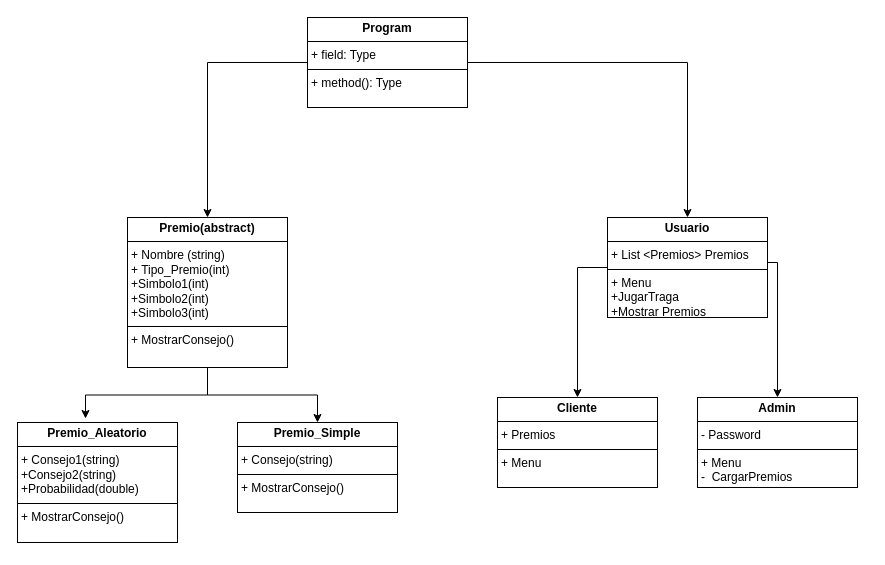
Earlier version of the draw.io diagram Practica_Individual/Diagrama sin título.drawio (070704/Practica_Individual). Source tidied: cells renumbered, new cells numbered last; positions are measured from the earlier drawing's top-left corner, leaving out a move shared by most shapes. Both pictures are drawn from the tidied source at 100%, with x=0, y=0 at pixel (17, 17).
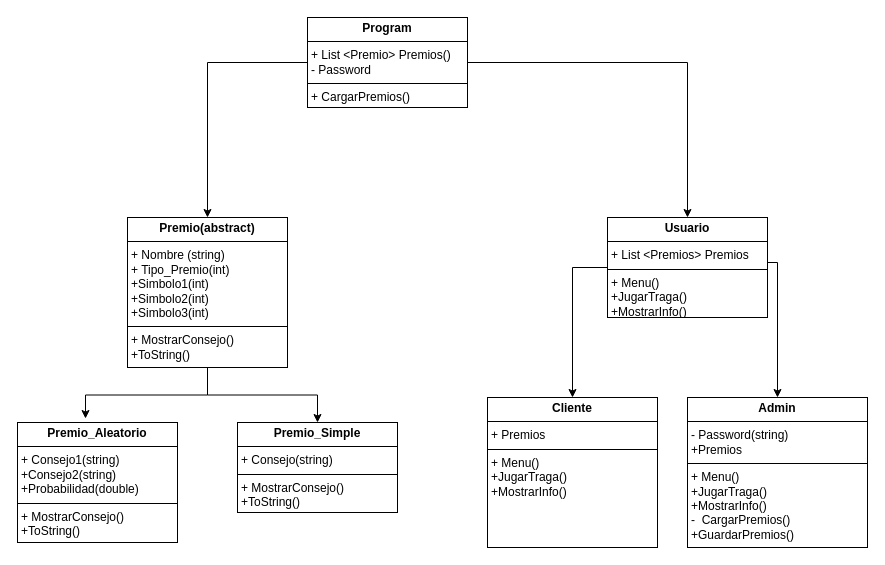
The same page after the edit.

Commit message:
Diagrama de clases

Diff of the diagram source:
```diff
@@
 <mxGraphModel>
   <root>
     <mxCell id="0" />
     <mxCell id="1" parent="0" />
     <mxCell id="2" style="edgeStyle=orthogonalEdgeStyle;rounded=0;jettySize=auto;html=1;exitX=0;exitY=0.5;exitDx=0;exitDy=0;entryX=0.5;entryY=0;entryDx=0;entryDy=0;" parent="1" edge="1" source="4" target="6">
       <mxGeometry relative="1" as="geometry" />
     </mxCell>
     <mxCell id="3" style="edgeStyle=orthogonalEdgeStyle;rounded=0;jettySize=auto;html=1;exitX=1;exitY=0.5;exitDx=0;exitDy=0;" parent="1" edge="1" source="4" target="9">
       <mxGeometry relative="1" as="geometry" />
     </mxCell>
-    <mxCell id="4" value="&lt;p style=&quot;margin:0px;margin-top:4px;text-align:center;&quot;&gt;&lt;b&gt;Program&lt;/b&gt;&lt;/p&gt;&lt;hr size=&quot;1&quot; style=&quot;border-style:solid;&quot;&gt;&lt;p style=&quot;margin:0px;margin-left:4px;&quot;&gt;+ field: Type&lt;/p&gt;&lt;hr size=&quot;1&quot; style=&quot;border-style:solid;&quot;&gt;&lt;p style=&quot;margin:0px;margin-left:4px;&quot;&gt;+ method(): Type&lt;/p&gt;" style="verticalAlign=top;align=left;overflow=fill;html=1;whiteSpace=wrap;" parent="1" vertex="1">
+    <mxCell id="4" value="&lt;p style=&quot;margin:0px;margin-top:4px;text-align:center;&quot;&gt;&lt;b&gt;Program&lt;/b&gt;&lt;/p&gt;&lt;hr size=&quot;1&quot; style=&quot;border-style:solid;&quot;&gt;&lt;p style=&quot;margin:0px;margin-left:4px;&quot;&gt;+ List &amp;lt;Premio&amp;gt; Premios()&lt;/p&gt;&lt;p style=&quot;margin:0px;margin-left:4px;&quot;&gt;- Password&lt;/p&gt;&lt;hr size=&quot;1&quot; style=&quot;border-style:solid;&quot;&gt;&lt;p style=&quot;margin:0px;margin-left:4px;&quot;&gt;+ CargarPremios()&lt;/p&gt;" style="verticalAlign=top;align=left;overflow=fill;html=1;whiteSpace=wrap;" parent="1" vertex="1">
       <mxGeometry x="290" width="160" height="90" as="geometry" />
     </mxCell>
     <mxCell id="5" style="edgeStyle=orthogonalEdgeStyle;rounded=0;jettySize=auto;html=1;entryX=0.5;entryY=0;entryDx=0;entryDy=0;" parent="1" edge="1" source="6" target="11">
       <mxGeometry relative="1" as="geometry" />
     </mxCell>
-    <mxCell id="6" value="&lt;p style=&quot;margin:0px;margin-top:4px;text-align:center;&quot;&gt;&lt;b&gt;Premio(abstract)&lt;/b&gt;&lt;/p&gt;&lt;hr size=&quot;1&quot; style=&quot;border-style:solid;&quot;&gt;&lt;p style=&quot;margin:0px;margin-left:4px;&quot;&gt;+ Nombre (string)&lt;/p&gt;&lt;p style=&quot;margin:0px;margin-left:4px;&quot;&gt;+ Tipo_Premio(int)&lt;/p&gt;&lt;p style=&quot;margin:0px;margin-left:4px;&quot;&gt;+Simbolo1(int)&lt;/p&gt;&lt;p style=&quot;margin:0px;margin-left:4px;&quot;&gt;+Simbolo2(int)&lt;/p&gt;&lt;p style=&quot;margin:0px;margin-left:4px;&quot;&gt;+Simbolo3(int)&lt;/p&gt;&lt;hr size=&quot;1&quot; style=&quot;border-style:solid;&quot;&gt;&lt;p style=&quot;margin:0px;margin-left:4px;&quot;&gt;+ MostrarConsejo()&lt;/p&gt;" style="verticalAlign=top;align=left;overflow=fill;html=1;whiteSpace=wrap;" parent="1" vertex="1">
+    <mxCell id="6" value="&lt;p style=&quot;margin:0px;margin-top:4px;text-align:center;&quot;&gt;&lt;b&gt;Premio(abstract)&lt;/b&gt;&lt;/p&gt;&lt;hr size=&quot;1&quot; style=&quot;border-style:solid;&quot;&gt;&lt;p style=&quot;margin:0px;margin-left:4px;&quot;&gt;+ Nombre (string)&lt;/p&gt;&lt;p style=&quot;margin:0px;margin-left:4px;&quot;&gt;+ Tipo_Premio(int)&lt;/p&gt;&lt;p style=&quot;margin:0px;margin-left:4px;&quot;&gt;+Simbolo1(int)&lt;/p&gt;&lt;p style=&quot;margin:0px;margin-left:4px;&quot;&gt;+Simbolo2(int)&lt;/p&gt;&lt;p style=&quot;margin:0px;margin-left:4px;&quot;&gt;+Simbolo3(int)&lt;/p&gt;&lt;hr size=&quot;1&quot; style=&quot;border-style:solid;&quot;&gt;&lt;p style=&quot;margin:0px;margin-left:4px;&quot;&gt;+ MostrarConsejo()&lt;/p&gt;&lt;p style=&quot;margin:0px;margin-left:4px;&quot;&gt;+ToString()&lt;/p&gt;" style="verticalAlign=top;align=left;overflow=fill;html=1;whiteSpace=wrap;" parent="1" vertex="1">
       <mxGeometry x="110" y="200" width="160" height="150" as="geometry" />
     </mxCell>
     <mxCell id="7" style="edgeStyle=orthogonalEdgeStyle;rounded=0;jettySize=auto;html=1;exitX=0;exitY=0.5;exitDx=0;exitDy=0;entryX=0.5;entryY=0;entryDx=0;entryDy=0;" parent="1" edge="1" source="9" target="12">
       <mxGeometry relative="1" as="geometry" />
     </mxCell>
     <mxCell id="8" style="edgeStyle=orthogonalEdgeStyle;rounded=0;jettySize=auto;html=1;exitX=1;exitY=0.5;exitDx=0;exitDy=0;entryX=0.5;entryY=0;entryDx=0;entryDy=0;" parent="1" edge="1" source="9" target="13">
       <mxGeometry relative="1" as="geometry">
         <Array as="points">
           <mxPoint x="760" y="245" />
         </Array>
       </mxGeometry>
     </mxCell>
-    <mxCell id="9" value="&lt;p style=&quot;margin:0px;margin-top:4px;text-align:center;&quot;&gt;&lt;b&gt;Usuario&lt;/b&gt;&lt;/p&gt;&lt;hr size=&quot;1&quot; style=&quot;border-style:solid;&quot;&gt;&lt;p style=&quot;margin:0px;margin-left:4px;&quot;&gt;+ List &amp;lt;Premios&amp;gt; Premios&lt;/p&gt;&lt;hr size=&quot;1&quot; style=&quot;border-style:solid;&quot;&gt;&lt;p style=&quot;margin:0px;margin-left:4px;&quot;&gt;+ Menu&lt;/p&gt;&lt;p style=&quot;margin:0px;margin-left:4px;&quot;&gt;+JugarTraga&lt;/p&gt;&lt;p style=&quot;margin:0px;margin-left:4px;&quot;&gt;+Mostrar Premios&lt;/p&gt;" style="verticalAlign=top;align=left;overflow=fill;html=1;whiteSpace=wrap;" parent="1" vertex="1">
+    <mxCell id="9" value="&lt;p style=&quot;margin:0px;margin-top:4px;text-align:center;&quot;&gt;&lt;b&gt;Usuario&lt;/b&gt;&lt;/p&gt;&lt;hr size=&quot;1&quot; style=&quot;border-style:solid;&quot;&gt;&lt;p style=&quot;margin:0px;margin-left:4px;&quot;&gt;+ List &amp;lt;Premios&amp;gt; Premios&lt;/p&gt;&lt;hr size=&quot;1&quot; style=&quot;border-style:solid;&quot;&gt;&lt;p style=&quot;margin:0px;margin-left:4px;&quot;&gt;+ Menu()&lt;/p&gt;&lt;p style=&quot;margin:0px;margin-left:4px;&quot;&gt;+JugarTraga()&lt;/p&gt;&lt;p style=&quot;margin:0px;margin-left:4px;&quot;&gt;+MostrarInfo()&lt;/p&gt;" style="verticalAlign=top;align=left;overflow=fill;html=1;whiteSpace=wrap;" parent="1" vertex="1">
       <mxGeometry x="590" y="200" width="160" height="100" as="geometry" />
     </mxCell>
-    <mxCell id="10" value="&lt;p style=&quot;margin:0px;margin-top:4px;text-align:center;&quot;&gt;&lt;b&gt;Premio_Aleatorio&lt;/b&gt;&lt;/p&gt;&lt;hr size=&quot;1&quot; style=&quot;border-style:solid;&quot;&gt;&lt;p style=&quot;margin:0px;margin-left:4px;&quot;&gt;+ Consejo1(string)&lt;/p&gt;&lt;p style=&quot;margin:0px;margin-left:4px;&quot;&gt;+Consejo2(string)&lt;/p&gt;&lt;p style=&quot;margin:0px;margin-left:4px;&quot;&gt;+Probabilidad(double)&lt;/p&gt;&lt;hr size=&quot;1&quot; style=&quot;border-style:solid;&quot;&gt;&lt;p style=&quot;margin:0px;margin-left:4px;&quot;&gt;+ MostrarConsejo()&lt;/p&gt;" style="verticalAlign=top;align=left;overflow=fill;html=1;whiteSpace=wrap;" parent="1" vertex="1">
+    <mxCell id="10" value="&lt;p style=&quot;margin:0px;margin-top:4px;text-align:center;&quot;&gt;&lt;b&gt;Premio_Aleatorio&lt;/b&gt;&lt;/p&gt;&lt;hr size=&quot;1&quot; style=&quot;border-style:solid;&quot;&gt;&lt;p style=&quot;margin:0px;margin-left:4px;&quot;&gt;+ Consejo1(string)&lt;/p&gt;&lt;p style=&quot;margin:0px;margin-left:4px;&quot;&gt;+Consejo2(string)&lt;/p&gt;&lt;p style=&quot;margin:0px;margin-left:4px;&quot;&gt;+Probabilidad(double)&lt;/p&gt;&lt;hr size=&quot;1&quot; style=&quot;border-style:solid;&quot;&gt;&lt;p style=&quot;margin:0px;margin-left:4px;&quot;&gt;+ MostrarConsejo()&lt;/p&gt;&lt;p style=&quot;margin:0px;margin-left:4px;&quot;&gt;+ToString()&lt;/p&gt;" style="verticalAlign=top;align=left;overflow=fill;html=1;whiteSpace=wrap;" parent="1" vertex="1">
       <mxGeometry y="405" width="160" height="120" as="geometry" />
     </mxCell>
-    <mxCell id="11" value="&lt;p style=&quot;margin:0px;margin-top:4px;text-align:center;&quot;&gt;&lt;b&gt;Premio_Simple&lt;/b&gt;&lt;/p&gt;&lt;hr size=&quot;1&quot; style=&quot;border-style:solid;&quot;&gt;&lt;p style=&quot;margin:0px;margin-left:4px;&quot;&gt;+ Consejo(string)&lt;/p&gt;&lt;hr size=&quot;1&quot; style=&quot;border-style:solid;&quot;&gt;&lt;p style=&quot;margin:0px;margin-left:4px;&quot;&gt;+ MostrarConsejo()&lt;/p&gt;" style="verticalAlign=top;align=left;overflow=fill;html=1;whiteSpace=wrap;" parent="1" vertex="1">
+    <mxCell id="11" value="&lt;p style=&quot;margin:0px;margin-top:4px;text-align:center;&quot;&gt;&lt;b&gt;Premio_Simple&lt;/b&gt;&lt;/p&gt;&lt;hr size=&quot;1&quot; style=&quot;border-style:solid;&quot;&gt;&lt;p style=&quot;margin:0px;margin-left:4px;&quot;&gt;+ Consejo(string)&lt;/p&gt;&lt;hr size=&quot;1&quot; style=&quot;border-style:solid;&quot;&gt;&lt;p style=&quot;margin:0px;margin-left:4px;&quot;&gt;+ MostrarConsejo()&lt;/p&gt;&lt;p style=&quot;margin:0px;margin-left:4px;&quot;&gt;+ToString()&lt;/p&gt;" style="verticalAlign=top;align=left;overflow=fill;html=1;whiteSpace=wrap;" parent="1" vertex="1">
       <mxGeometry x="220" y="405" width="160" height="90" as="geometry" />
     </mxCell>
-    <mxCell id="12" value="&lt;p style=&quot;margin:0px;margin-top:4px;text-align:center;&quot;&gt;&lt;b&gt;Cliente&lt;/b&gt;&lt;/p&gt;&lt;hr size=&quot;1&quot; style=&quot;border-style:solid;&quot;&gt;&lt;p style=&quot;margin:0px;margin-left:4px;&quot;&gt;+ Premios&lt;/p&gt;&lt;hr size=&quot;1&quot; style=&quot;border-style:solid;&quot;&gt;&lt;p style=&quot;margin:0px;margin-left:4px;&quot;&gt;+ Menu&amp;nbsp;&lt;/p&gt;" style="verticalAlign=top;align=left;overflow=fill;html=1;whiteSpace=wrap;" parent="1" vertex="1">
-      <mxGeometry x="480" y="380" width="160" height="90" as="geometry" />
+    <mxCell id="12" value="&lt;p style=&quot;margin:0px;margin-top:4px;text-align:center;&quot;&gt;&lt;b&gt;Cliente&lt;/b&gt;&lt;/p&gt;&lt;hr size=&quot;1&quot; style=&quot;border-style:solid;&quot;&gt;&lt;p style=&quot;margin:0px;margin-left:4px;&quot;&gt;+ Premios&lt;/p&gt;&lt;hr size=&quot;1&quot; style=&quot;border-style:solid;&quot;&gt;&lt;p style=&quot;margin:0px;margin-left:4px;&quot;&gt;+ Menu()&lt;/p&gt;&lt;p style=&quot;margin: 0px 0px 0px 4px;&quot;&gt;+JugarTraga()&lt;/p&gt;&lt;p style=&quot;margin: 0px 0px 0px 4px;&quot;&gt;+MostrarInfo()&lt;/p&gt;&lt;div&gt;&lt;br&gt;&lt;/div&gt;" style="verticalAlign=top;align=left;overflow=fill;html=1;whiteSpace=wrap;" parent="1" vertex="1">
+      <mxGeometry x="470" y="380" width="170" height="150" as="geometry" />
     </mxCell>
-    <mxCell id="13" value="&lt;p style=&quot;margin:0px;margin-top:4px;text-align:center;&quot;&gt;&lt;b&gt;Admin&lt;/b&gt;&lt;/p&gt;&lt;hr size=&quot;1&quot; style=&quot;border-style:solid;&quot;&gt;&lt;p style=&quot;margin:0px;margin-left:4px;&quot;&gt;- Password&lt;/p&gt;&lt;hr size=&quot;1&quot; style=&quot;border-style:solid;&quot;&gt;&lt;p style=&quot;margin:0px;margin-left:4px;&quot;&gt;+ Menu&amp;nbsp;&lt;/p&gt;&lt;p style=&quot;margin:0px;margin-left:4px;&quot;&gt;-&amp;nbsp; CargarPremios&lt;/p&gt;" style="verticalAlign=top;align=left;overflow=fill;html=1;whiteSpace=wrap;" parent="1" vertex="1">
-      <mxGeometry x="680" y="380" width="160" height="90" as="geometry" />
+    <mxCell id="13" value="&lt;p style=&quot;margin:0px;margin-top:4px;text-align:center;&quot;&gt;&lt;b&gt;Admin&lt;/b&gt;&lt;/p&gt;&lt;hr size=&quot;1&quot; style=&quot;border-style:solid;&quot;&gt;&lt;p style=&quot;margin:0px;margin-left:4px;&quot;&gt;- Password(string)&lt;/p&gt;&lt;p style=&quot;margin:0px;margin-left:4px;&quot;&gt;+Premios&lt;/p&gt;&lt;hr size=&quot;1&quot; style=&quot;border-style:solid;&quot;&gt;&lt;p style=&quot;margin:0px;margin-left:4px;&quot;&gt;+ Menu()&lt;/p&gt;&lt;p style=&quot;margin:0px;margin-left:4px;&quot;&gt;+JugarTraga()&lt;/p&gt;&lt;p style=&quot;margin:0px;margin-left:4px;&quot;&gt;+MostrarInfo()&lt;/p&gt;&lt;p style=&quot;margin:0px;margin-left:4px;&quot;&gt;&lt;span style=&quot;background-color: initial;&quot;&gt;-&amp;nbsp; CargarPremios()&lt;/span&gt;&lt;/p&gt;&lt;p style=&quot;margin:0px;margin-left:4px;&quot;&gt;+GuardarPremios()&lt;/p&gt;&lt;p style=&quot;margin:0px;margin-left:4px;&quot;&gt;&lt;br&gt;&lt;/p&gt;" style="verticalAlign=top;align=left;overflow=fill;html=1;whiteSpace=wrap;" parent="1" vertex="1">
+      <mxGeometry x="670" y="380" width="180" height="150" as="geometry" />
     </mxCell>
     <mxCell id="14" style="edgeStyle=orthogonalEdgeStyle;rounded=0;jettySize=auto;html=1;entryX=0.425;entryY=-0.033;entryDx=0;entryDy=0;entryPerimeter=0;" parent="1" edge="1" source="6" target="10">
       <mxGeometry relative="1" as="geometry" />
     </mxCell>
   </root>
 </mxGraphModel>
```
